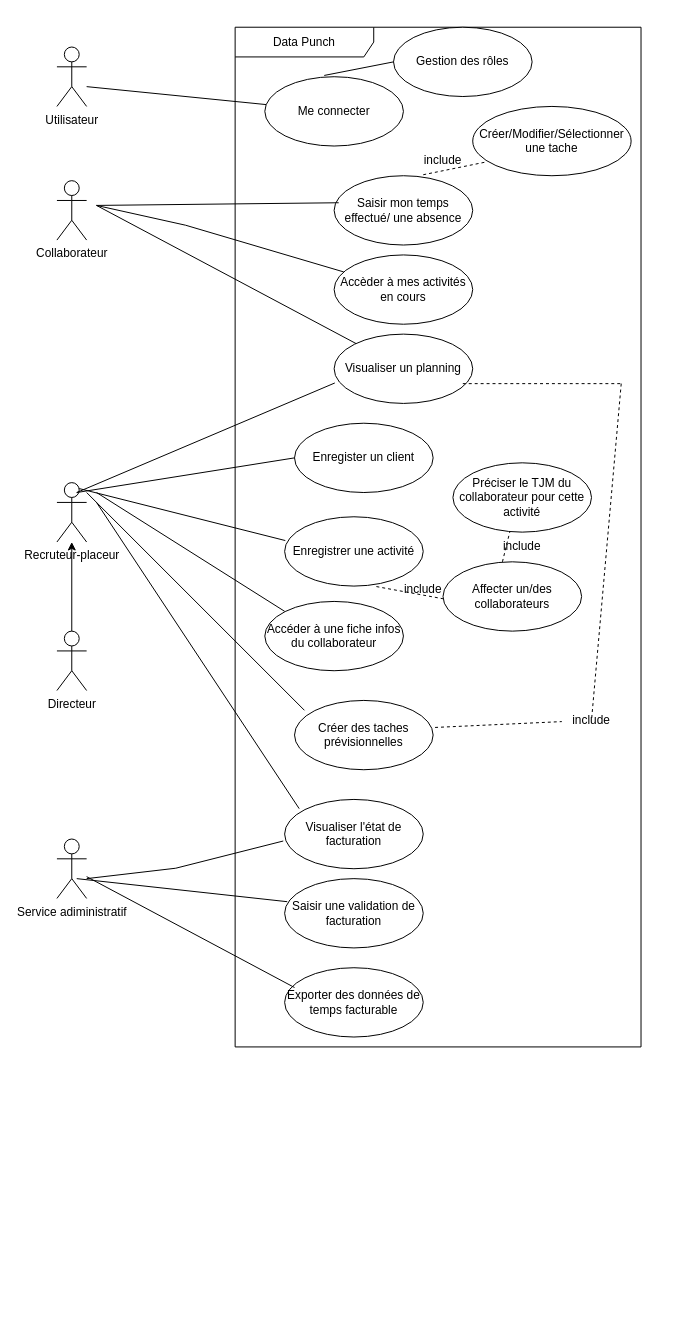
The draw.io diagram UX-UI/UserCase.drawio in rahinsoo/G2-P25-111801-fil_rouge-D10, before the edit. Source tidied: cells renumbered, new cells numbered last; positions are measured from the earlier drawing's top-left corner, leaving out a move shared by most shapes. Both pictures are drawn from the tidied source at 99%, with x=0, y=0 at pixel (56, 27).
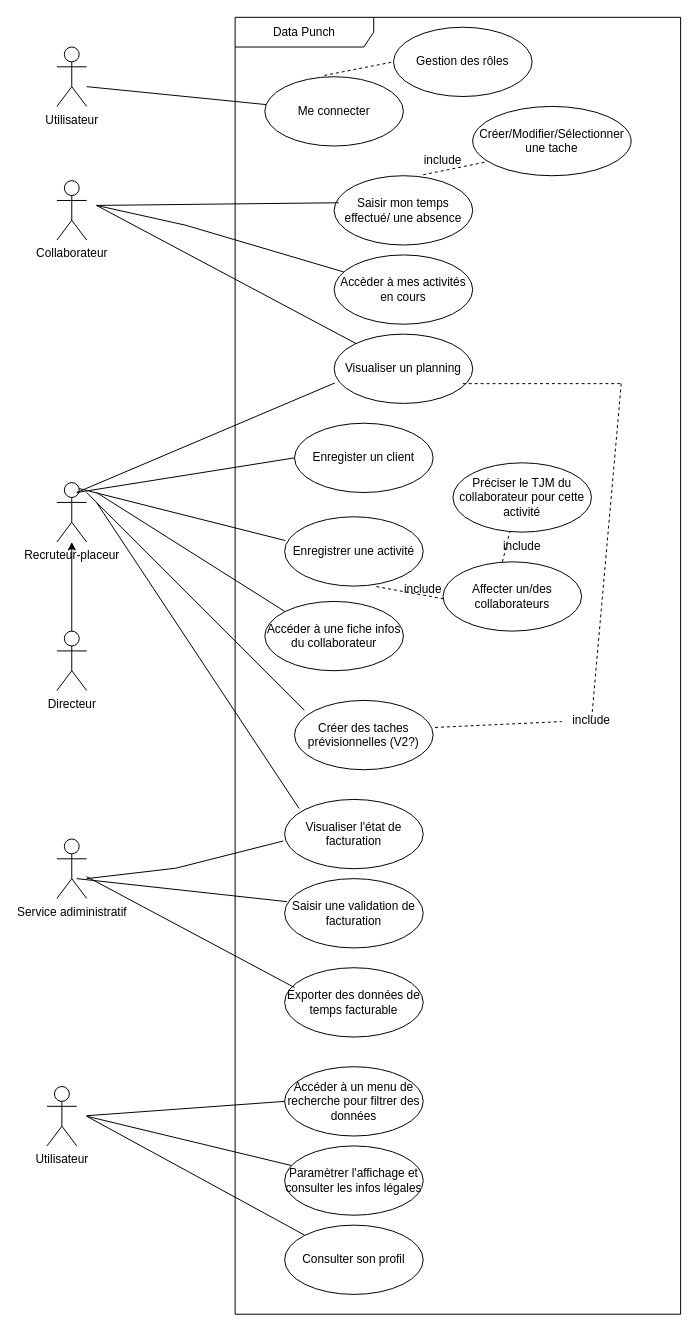
The same page after the edit.

Commit message:
Mettre à jour UserCase.drawio

The change refers to these unchanged cells:
```xml
<mxCell id="46" value="Gestion des rôles" style="ellipse;whiteSpace=wrap;html=1;" parent="1" vertex="1">
  <mxGeometry x="340" width="140" height="70" as="geometry" />
</mxCell>
```

Diff of the diagram source:
```diff
@@
     <mxCell id="2" value="Data Punch" style="shape=umlFrame;whiteSpace=wrap;html=1;width=140;height=30;" parent="1" vertex="1">
-      <mxGeometry x="180" width="410" height="1030" as="geometry" />
+      <mxGeometry x="180" y="-10" width="450" height="1310" as="geometry" />
     </mxCell>
@@
-    <mxCell id="17" value="Créer des taches prévisionnelles" style="ellipse;whiteSpace=wrap;html=1;" parent="1" vertex="1">
+    <mxCell id="17" value="Créer des taches prévisionnelles (V2?)" style="ellipse;whiteSpace=wrap;html=1;" parent="1" vertex="1">
       <mxGeometry x="240" y="680" width="140" height="70" as="geometry" />
     </mxCell>
@@
-    <mxCell id="47" style="endArrow=none;html=1;rounded=0;entryX=0;entryY=0.5;entryDx=0;entryDy=0;" parent="1" edge="1" target="46">
+    <mxCell id="47" style="endArrow=none;html=1;rounded=0;entryX=0;entryY=0.5;entryDx=0;entryDy=0;dashed=1;" parent="1" edge="1" target="46">
       <mxGeometry relative="1" as="geometry">
         <mxPoint x="270" y="48.7" as="sourcePoint" />
       </mxGeometry>
     </mxCell>
+    <mxCell id="48" value="Accéder à un menu de recherche pour filtrer des données" style="ellipse;whiteSpace=wrap;html=1;" parent="1" vertex="1">
+      <mxGeometry x="230" y="1050" width="140" height="70" as="geometry" />
+    </mxCell>
+    <mxCell id="49" value="Paramètrer l'affichage et consulter les infos légales" style="ellipse;whiteSpace=wrap;html=1;" parent="1" vertex="1">
+      <mxGeometry x="230" y="1130" width="140" height="70" as="geometry" />
+    </mxCell>
+    <mxCell id="50" value="Utilisateur" style="shape=umlActor;verticalLabelPosition=bottom;verticalAlign=top;html=1;" parent="1" vertex="1">
+      <mxGeometry x="-10" y="1070" width="30" height="60" as="geometry" />
+    </mxCell>
+    <mxCell id="51" style="endArrow=none;html=1;rounded=0;entryX=0;entryY=0.5;entryDx=0;entryDy=0;" parent="1" edge="1" target="48">
+      <mxGeometry relative="1" as="geometry">
+        <mxPoint x="30" y="1099.5" as="sourcePoint" />
+      </mxGeometry>
+    </mxCell>
+    <mxCell id="52" style="endArrow=none;html=1;rounded=0;" parent="1" edge="1" target="49">
+      <mxGeometry relative="1" as="geometry">
+        <mxPoint x="30" y="1100" as="sourcePoint" />
+      </mxGeometry>
+    </mxCell>
+    <mxCell id="53" value="Consulter son profil" style="ellipse;whiteSpace=wrap;html=1;" parent="1" vertex="1">
+      <mxGeometry x="230" y="1210" width="140" height="70" as="geometry" />
+    </mxCell>
+    <mxCell id="54" style="endArrow=none;html=1;rounded=0;" parent="1" edge="1">
+      <mxGeometry relative="1" as="geometry">
+        <mxPoint x="30" y="1100" as="sourcePoint" />
+        <mxPoint x="250" y="1220" as="targetPoint" />
+      </mxGeometry>
+    </mxCell>
```
